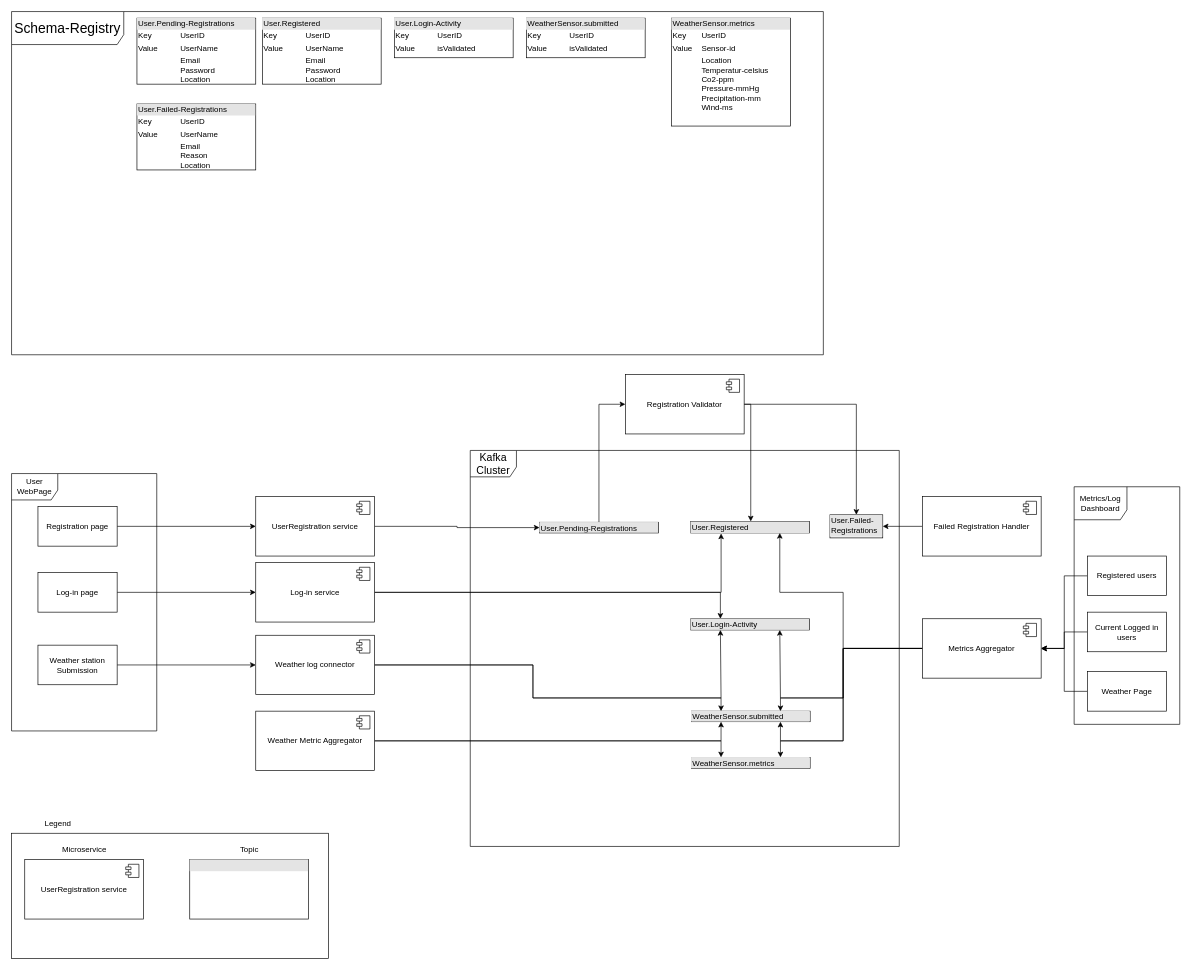
OthelloEngineer/Kafka-traffic-dashboard-project keeps this draw.io diagram as architecture.drawio. Above is the earlier version. Source tidied: cells renumbered, new cells numbered last; positions are measured from the earlier drawing's top-left corner, leaving out a move shared by most shapes. Both pictures are drawn from the tidied source at 66%, with x=0, y=0 at pixel (11, 11).
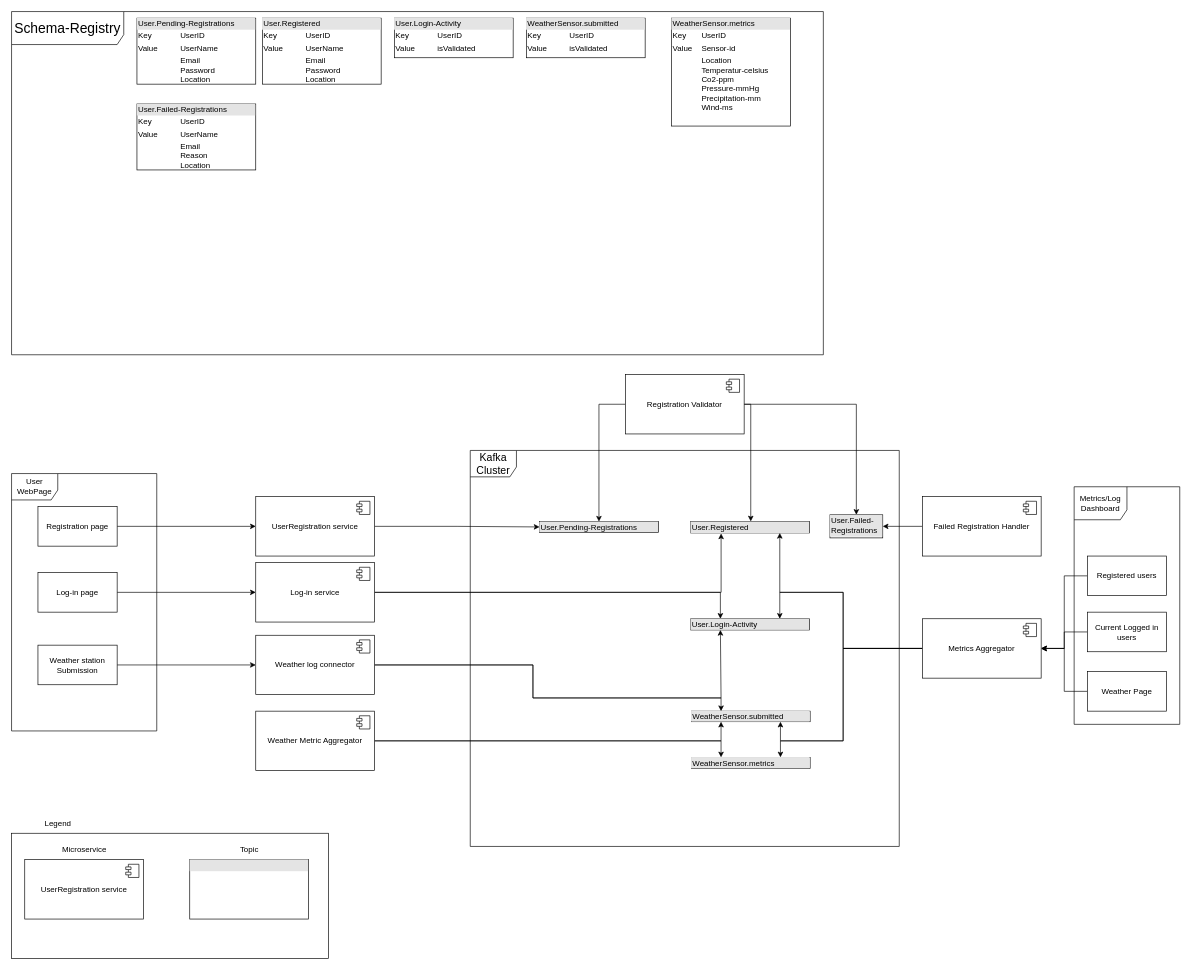
After the change.

Commit message (it also covers changes not shown here):
keep finding small improvements...

Unchanged cells that the change refers to:
```xml
<mxCell id="33" value="Registration Validator" style="html=1;whiteSpace=wrap;" parent="1" vertex="1">
  <mxGeometry x="930" y="550" width="180" height="90" as="geometry" />
</mxCell>
<mxCell id="35" value="&lt;div style=&quot;box-sizing:border-box;width:100%;background:#e4e4e4;padding:2px;&quot;&gt;User.Login-Activity&lt;/div&gt;" style="verticalAlign=top;align=left;overflow=fill;html=1;whiteSpace=wrap;" parent="1" vertex="1">
  <mxGeometry x="1029" y="920" width="180" height="17" as="geometry" />
</mxCell>
<mxCell id="36" value="&lt;div style=&quot;box-sizing:border-box;width:100%;background:#e4e4e4;padding:2px;&quot;&gt;WeatherSensor.submitted&lt;/div&gt;" style="verticalAlign=top;align=left;overflow=fill;html=1;whiteSpace=wrap;" parent="1" vertex="1">
  <mxGeometry x="1030" y="1060" width="180" height="16" as="geometry" />
</mxCell>
<mxCell id="42" value="Metrics Aggregator" style="html=1;whiteSpace=wrap;" parent="1" vertex="1">
  <mxGeometry x="1380" y="920" width="180" height="90" as="geometry" />
</mxCell>
```

Change to the diagram source:
```diff
@@
-    <mxCell id="28" style="edgeStyle=orthogonalEdgeStyle;rounded=0;jettySize=auto;html=1;entryX=0;entryY=0.5;entryDx=0;entryDy=0;" parent="1" edge="1" source="29" target="33">
+    <mxCell id="28" style="edgeStyle=orthogonalEdgeStyle;rounded=0;jettySize=auto;html=1;entryX=0;entryY=0.5;entryDx=0;entryDy=0;endArrow=none;endFill=0;startArrow=classic;startFill=1;" parent="1" edge="1" source="29" target="33">
       <mxGeometry relative="1" as="geometry" />
     </mxCell>
     <mxCell id="29" value="&lt;div style=&quot;box-sizing:border-box;width:100%;background:#e4e4e4;padding:2px;&quot;&gt;User.Pending-Registrations&lt;/div&gt;" style="verticalAlign=top;align=left;overflow=fill;html=1;whiteSpace=wrap;" parent="1" vertex="1">
-      <mxGeometry x="800" y="773.8" width="180" height="16.2" as="geometry" />
+      <mxGeometry x="800" y="772.8" width="180" height="16.2" as="geometry" />
     </mxCell>
@@
-    <mxCell id="37" style="edgeStyle=orthogonalEdgeStyle;rounded=0;jettySize=auto;html=1;entryX=0.75;entryY=0;entryDx=0;entryDy=0;" parent="1" edge="1" source="42" target="36">
-      <mxGeometry relative="1" as="geometry">
-        <Array as="points">
-          <mxPoint x="1260" y="965" />
-          <mxPoint x="1260" y="1040" />
-          <mxPoint x="1165" y="1040" />
-        </Array>
-      </mxGeometry>
-    </mxCell>
-    <mxCell id="38" style="edgeStyle=orthogonalEdgeStyle;rounded=0;jettySize=auto;html=1;entryX=0.75;entryY=1;entryDx=0;entryDy=0;" parent="1" edge="1" source="42" target="35">
-      <mxGeometry relative="1" as="geometry">
-        <Array as="points">
-          <mxPoint x="1260" y="965" />
-          <mxPoint x="1260" y="1040" />
-          <mxPoint x="1165" y="1040" />
-        </Array>
-      </mxGeometry>
-    </mxCell>
@@
+    <mxCell id="38" style="edgeStyle=none;html=1;entryX=0.75;entryY=0;entryDx=0;entryDy=0;startArrow=none;startFill=0;endArrow=classic;endFill=1;rounded=0;" parent="1" edge="1" source="42" target="35">
+      <mxGeometry relative="1" as="geometry">
+        <Array as="points">
+          <mxPoint x="1260" y="965" />
+          <mxPoint x="1260" y="880" />
+          <mxPoint x="1164" y="880" />
+        </Array>
+      </mxGeometry>
+    </mxCell>
```
